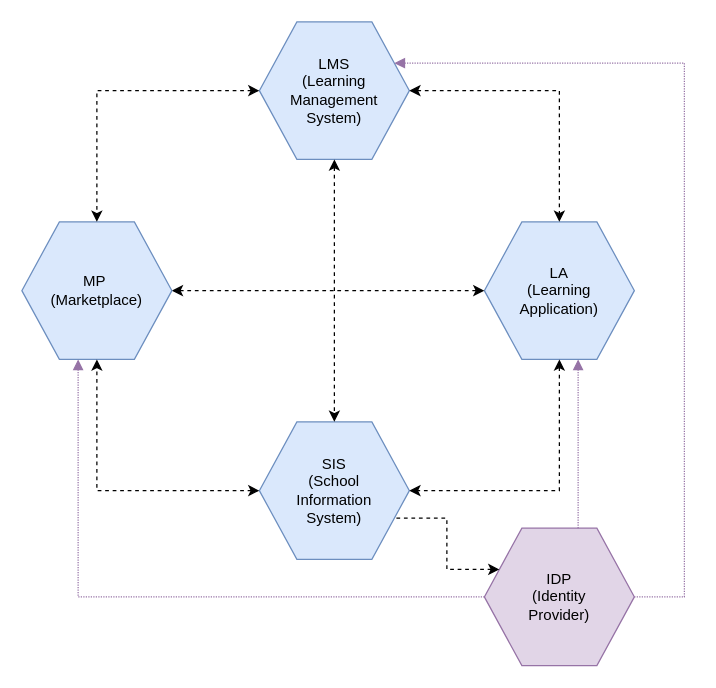
Earlier version of the draw.io diagram page "Services" (10 of 10) of documentation/diagrams/process-diagrams.drawio (stichtingsem/ecosystem). Source tidied: cells renumbered, new cells numbered last; positions are measured from the earlier drawing's top-left corner, leaving out a move shared by most shapes. Both pictures are drawn from the tidied source at 125%, with x=0, y=0 at pixel (21, 21).
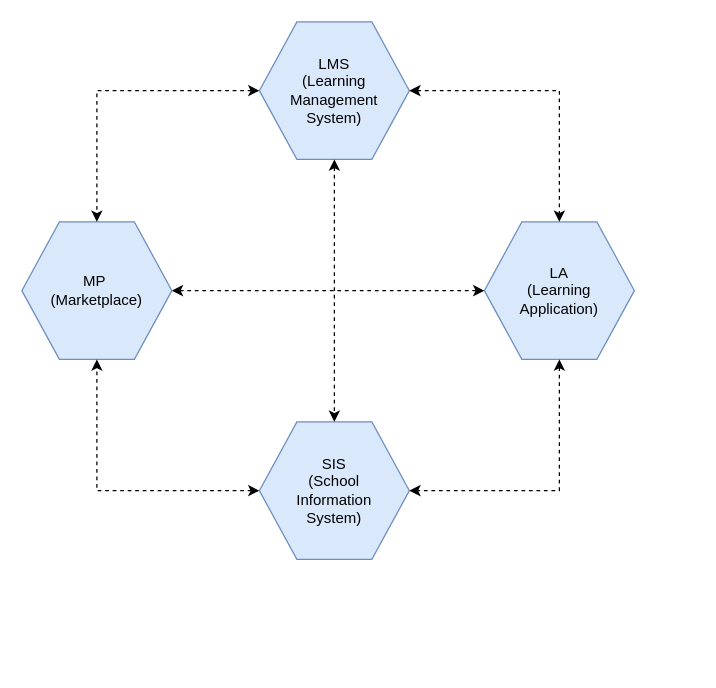
The same page after the edit.

Unchanged cells that the change refers to:
```xml
<mxCell id="2" value="LMS&lt;br&gt;(Learning Management &lt;br&gt;System)" style="shape=hexagon;perimeter=hexagonPerimeter2;whiteSpace=wrap;html=1;fillColor=#dae8fc;strokeColor=#6c8ebf;" parent="1" vertex="1">
  <mxGeometry x="190" width="120" height="110" as="geometry" />
</mxCell>
<mxCell id="3" value="LA&lt;br&gt;(Learning &lt;br&gt;Application)" style="shape=hexagon;perimeter=hexagonPerimeter2;whiteSpace=wrap;html=1;fillColor=#dae8fc;strokeColor=#6c8ebf;" parent="1" vertex="1">
  <mxGeometry x="370" y="160" width="120" height="110" as="geometry" />
</mxCell>
<mxCell id="5" value="MP&amp;nbsp;&lt;br&gt;(Marketplace)" style="shape=hexagon;perimeter=hexagonPerimeter2;whiteSpace=wrap;html=1;fillColor=#dae8fc;strokeColor=#6c8ebf;" parent="1" vertex="1">
  <mxGeometry y="160" width="120" height="110" as="geometry" />
</mxCell>
<mxCell id="6" value="SIS&lt;br&gt;(School&lt;br&gt;Information&lt;br&gt;System)" style="shape=hexagon;perimeter=hexagonPerimeter2;whiteSpace=wrap;html=1;fillColor=#dae8fc;strokeColor=#6c8ebf;" parent="1" vertex="1">
  <mxGeometry x="190" y="320" width="120" height="110" as="geometry" />
</mxCell>
```

Diff of the diagram source:
```diff
@@
-    <mxCell id="7" value="IDP&lt;br&gt;(Identity &lt;br&gt;Provider)" style="shape=hexagon;perimeter=hexagonPerimeter2;whiteSpace=wrap;html=1;fillColor=#e1d5e7;strokeColor=#9673a6;" parent="1" vertex="1">
-      <mxGeometry x="370" y="405" width="120" height="110" as="geometry" />
-    </mxCell>
@@
-    <mxCell id="11" style="edgeStyle=orthogonalEdgeStyle;rounded=0;jettySize=auto;html=1;exitX=0.625;exitY=1;exitDx=0;exitDy=0;startArrow=block;startFill=1;dashed=1;endArrow=none;endFill=0;fillColor=#e1d5e7;strokeColor=#9673a6;dashPattern=1 1;entryX=0.625;entryY=0;entryDx=0;entryDy=0;" parent="1" edge="1" source="3" target="7">
-      <mxGeometry relative="1" as="geometry" />
-    </mxCell>
-    <mxCell id="12" style="edgeStyle=orthogonalEdgeStyle;rounded=0;jettySize=auto;html=1;startArrow=block;startFill=1;dashed=1;entryX=1;entryY=0.5;entryDx=0;entryDy=0;exitX=1;exitY=0.25;exitDx=0;exitDy=0;endArrow=none;endFill=0;fillColor=#e1d5e7;strokeColor=#9673a6;dashPattern=1 1;" parent="1" edge="1" source="2" target="7">
-      <mxGeometry relative="1" as="geometry">
-        <Array as="points">
-          <mxPoint x="530" y="33" />
-          <mxPoint x="530" y="460" />
-        </Array>
-      </mxGeometry>
-    </mxCell>
-    <mxCell id="13" style="edgeStyle=orthogonalEdgeStyle;rounded=0;jettySize=auto;html=1;exitX=0.375;exitY=1;exitDx=0;exitDy=0;startArrow=block;startFill=1;dashed=1;entryX=0;entryY=0.5;entryDx=0;entryDy=0;endArrow=none;endFill=0;fillColor=#e1d5e7;strokeColor=#9673a6;dashPattern=1 1;" parent="1" edge="1" source="5" target="7">
-      <mxGeometry relative="1" as="geometry">
-        <Array as="points">
-          <mxPoint x="45" y="460" />
-        </Array>
-      </mxGeometry>
-    </mxCell>
@@
-    <mxCell id="16" style="edgeStyle=orthogonalEdgeStyle;rounded=0;jettySize=auto;html=1;exitX=0;exitY=0.25;exitDx=0;exitDy=0;startArrow=classic;startFill=1;dashed=1;entryX=1;entryY=0.75;entryDx=0;entryDy=0;endArrow=none;endFill=0;" parent="1" edge="1" source="7" target="6">
-      <mxGeometry relative="1" as="geometry" />
-    </mxCell>
```
